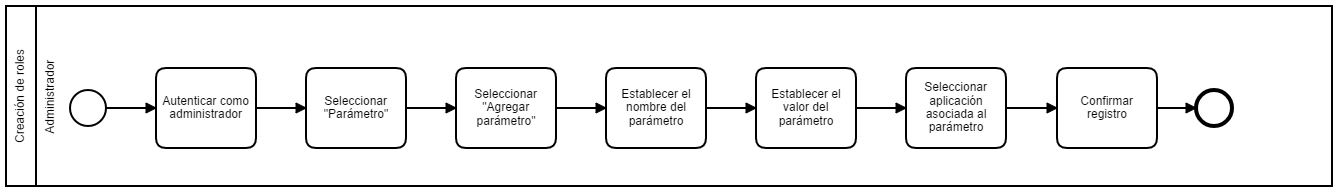
This is configuracion/imagenes/creacion_parametro_nodo.png from udistrital/arquitectura_docs, a BPMN export, as it was before one commit. Its source is kept beside it as configuracion/imagenes/creacion_parametro_nodo.bpmn. Ids are renumbered.
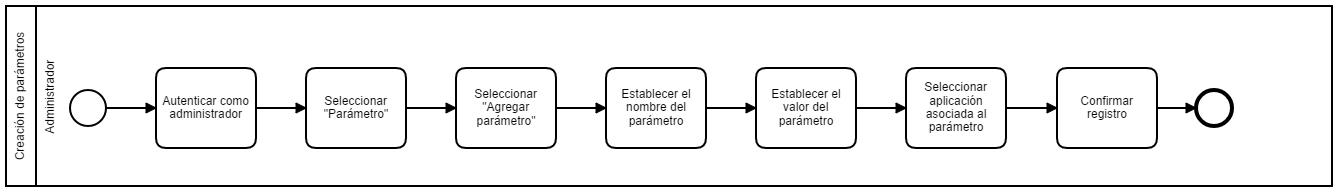
The same file after the commit.

What changed in the source:
```diff
@@ -1,6 +1,6 @@
 <bpmn:definitions xmlns:bpmn="http://www.omg.org/spec/BPMN/20100524/MODEL" xmlns:bpmndi="http://www.omg.org/spec/BPMN/20100524/DI" xmlns:di="http://www.omg.org/spec/DD/20100524/DI" xmlns:dc="http://www.omg.org/spec/DD/20100524/DC" id="Definitions_n1" targetNamespace="http://bpmn.io/schema/bpmn" exporter="Camunda Modeler" exporterVersion="1.14.0">
   <bpmn:collaboration id="Collaboration_n2">
-    <bpmn:participant id="Participant_n3" name="Creación de roles" processRef="Process_1" />
+    <bpmn:participant id="Participant_n3" name="Creación de parámetros" processRef="Process_1" />
   </bpmn:collaboration>
   <bpmn:process id="Process_1" isExecutable="true">
     <bpmn:laneSet>
```
